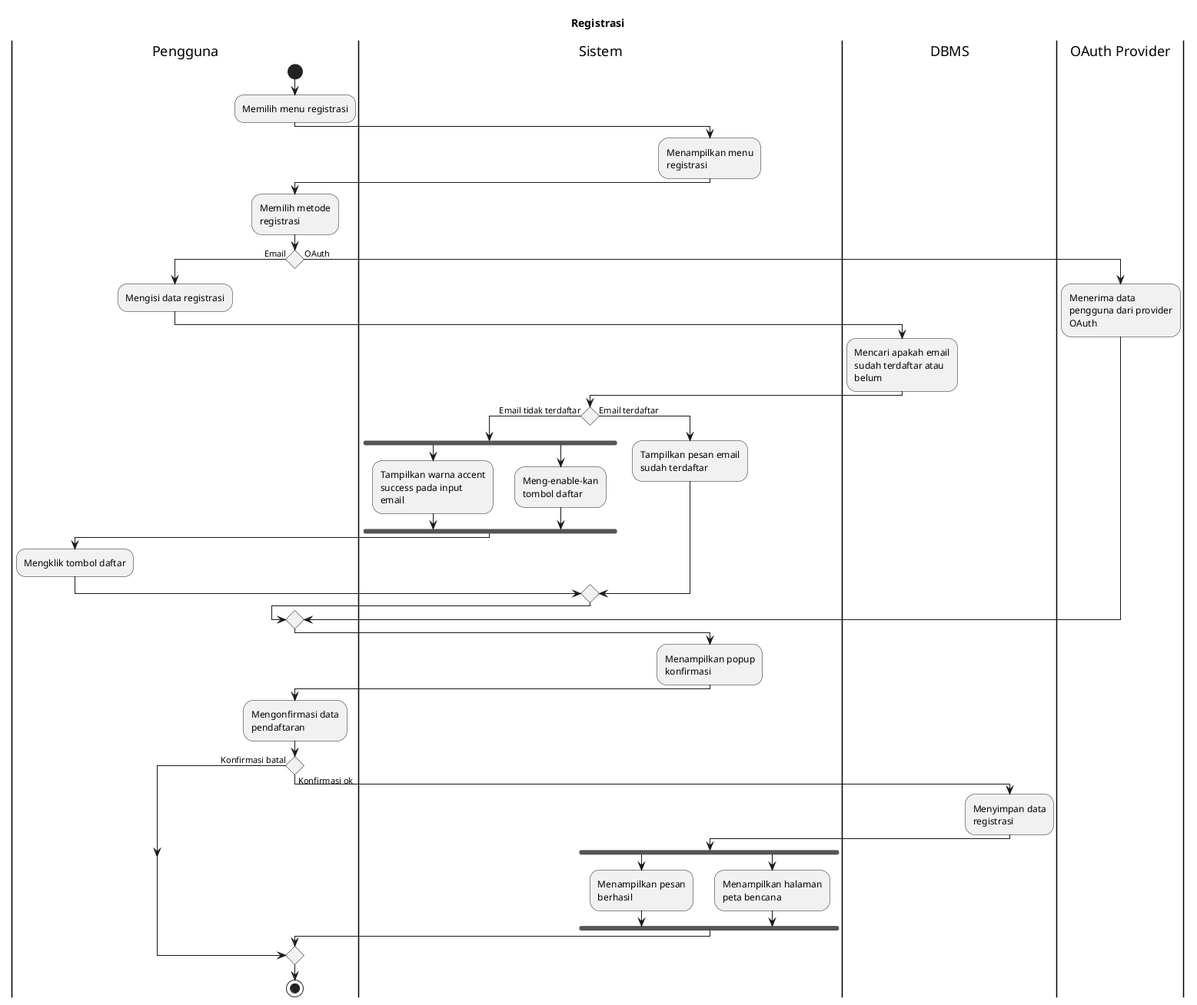
Earlier version of the PlantUML export export/Activity Diagrams/UC-AUTH - Autentikasi/UC-AUTH-001 - Registrasi.png (bagusNA/appl-diagrams).
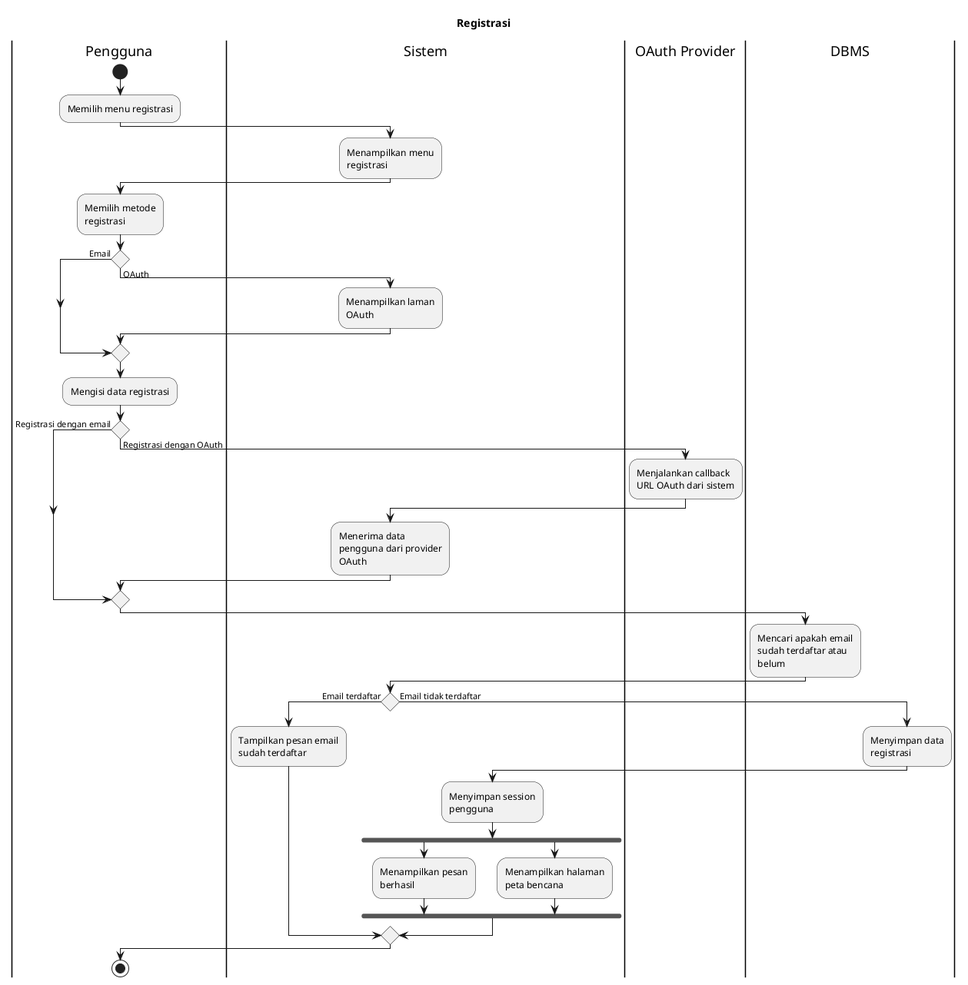
Later version of the same file.

Diff of the diagram source:
```diff
@@ -14,47 +14,43 @@
 :Memilih metode registrasi;
 
 if () then (Email)
-  :Mengisi data registrasi;
+else (OAuth)
+  |Sistem|
+  :Menampilkan laman OAuth;
+endif
 
-  |DBMS|
-  :Mencari apakah email sudah terdaftar atau belum;
+|Pengguna|
+:Mengisi data registrasi;
+
+if () then (Registrasi dengan email)
+else (Registrasi dengan OAuth)
+  |OAuth Provider|
+  :Menjalankan callback URL OAuth dari sistem;
 
   |Sistem|
-  if () then (Email tidak terdaftar)
-    fork
-      :Tampilkan warna accent success pada input email;
-    fork again
-      :Meng-enable-kan tombol daftar;
-    end fork
-
-    |Pengguna|
-    :Mengklik tombol daftar;
-  else (Email terdaftar)
-  |Sistem|
-    :Tampilkan pesan email sudah terdaftar;
-  endif
-else (OAuth)
-  |OAuth Provider|
   :Menerima data pengguna dari provider OAuth;
 endif
 
-    |Sistem|
-    :Menampilkan popup konfirmasi;
+|DBMS|
+:Mencari apakah email sudah terdaftar atau belum;
 
-    |Pengguna|
-    :Mengonfirmasi data pendaftaran;
-    if () then (Konfirmasi ok)
-      |DBMS|
-      :Menyimpan data registrasi;
+|Sistem|
+if () then (Email terdaftar)
+  |Sistem|
+  :Tampilkan pesan email sudah terdaftar;
+else (Email tidak terdaftar)
+  |DBMS|
+  :Menyimpan data registrasi;
 
-      |Sistem|
-      fork
-        :Menampilkan pesan berhasil;
-      fork again
-        :Menampilkan halaman peta bencana;
-      end fork
-    else (Konfirmasi batal)
-    endif
+  |Sistem|
+  :Menyimpan session pengguna;
+
+  fork
+    :Menampilkan pesan berhasil;
+  fork again
+    :Menampilkan halaman peta bencana;
+  end fork
+endif
 
 |Pengguna|
 stop
```
